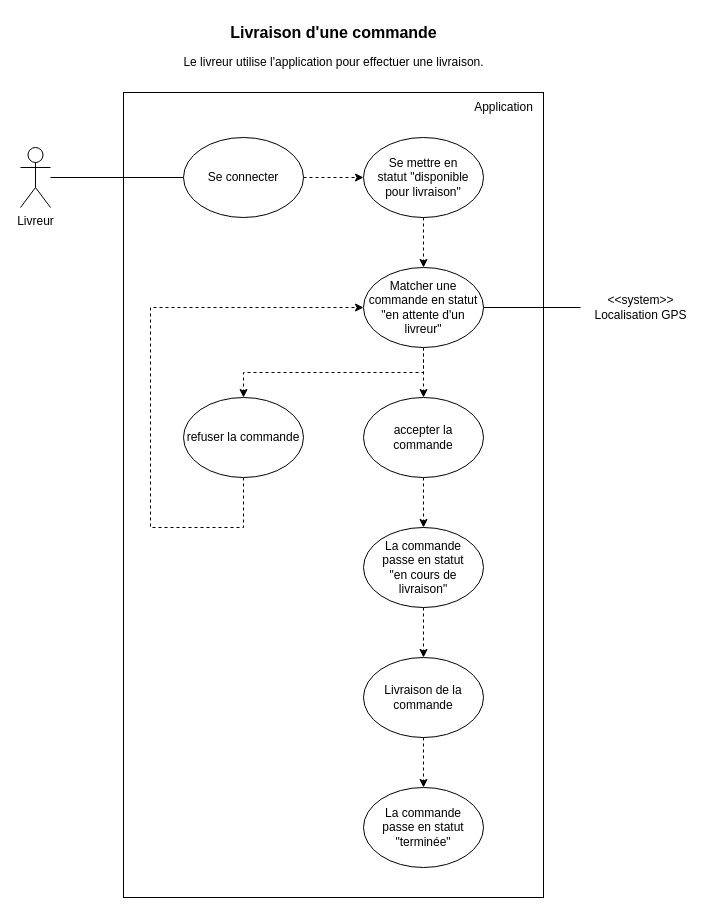
arcausin/ExpressFood keeps this draw.io diagram as diagrammes_cas_utilisation/Diagramme de cas d'utilisation - livraison commande.drawio. Above is the earlier version. Source tidied: cells renumbered, new cells numbered last; positions are measured from the earlier drawing's top-left corner, leaving out a move shared by most shapes. Both pictures are drawn from the tidied source at 100%, with x=0, y=0 at pixel (20, 17).
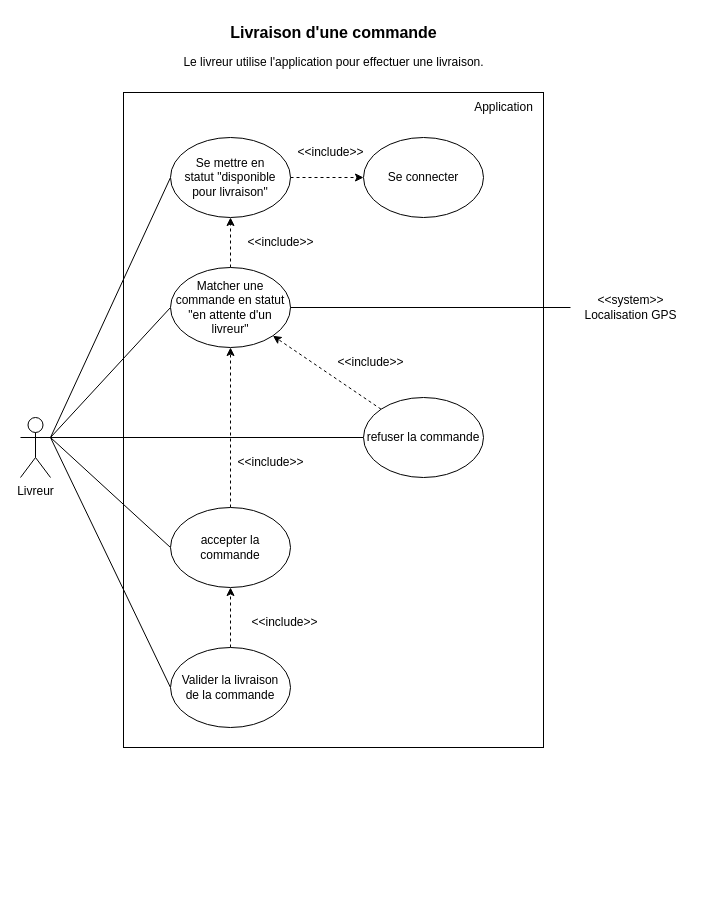
Above is the later version.

Commit message (it also covers changes not shown here):
correction diagrammes de cas d'utilisation

Change to the diagram source:
```diff
@@
     <mxCell id="2" style="rounded=0;whiteSpace=wrap;html=1;" parent="1" vertex="1">
-      <mxGeometry x="103" y="75" width="420" height="805" as="geometry" />
+      <mxGeometry x="103" y="75" width="420" height="655" as="geometry" />
     </mxCell>
-    <mxCell id="3" style="edgeStyle=orthogonalEdgeStyle;rounded=0;jettySize=auto;html=1;entryX=0;entryY=0.5;entryDx=0;entryDy=0;endArrow=none;endFill=0;" parent="1" edge="1" source="4" target="7">
-      <mxGeometry relative="1" as="geometry" />
-    </mxCell>
+    <mxCell id="26" style="rounded=0;jettySize=auto;html=1;exitX=1;exitY=0.3333333333333333;exitDx=0;exitDy=0;exitPerimeter=0;entryX=0;entryY=0.5;entryDx=0;entryDy=0;endArrow=none;endFill=0;" parent="1" edge="1" source="4" target="17">
+      <mxGeometry relative="1" as="geometry" />
+    </mxCell>
+    <mxCell id="27" style="rounded=0;jettySize=auto;html=1;exitX=1;exitY=0.3333333333333333;exitDx=0;exitDy=0;exitPerimeter=0;entryX=0;entryY=0.5;entryDx=0;entryDy=0;endArrow=none;endFill=0;" parent="1" edge="1" source="4" target="10">
+      <mxGeometry relative="1" as="geometry" />
+    </mxCell>
+    <mxCell id="28" style="rounded=0;jettySize=auto;html=1;exitX=1;exitY=0.3333333333333333;exitDx=0;exitDy=0;exitPerimeter=0;entryX=0;entryY=0.5;entryDx=0;entryDy=0;endArrow=none;endFill=0;" parent="1" edge="1" source="4" target="25">
+      <mxGeometry relative="1" as="geometry" />
+    </mxCell>
+    <mxCell id="29" style="rounded=0;jettySize=auto;html=1;exitX=1;exitY=0.3333333333333333;exitDx=0;exitDy=0;exitPerimeter=0;entryX=0;entryY=0.5;entryDx=0;entryDy=0;endArrow=none;endFill=0;" parent="1" edge="1" source="4" target="23">
+      <mxGeometry relative="1" as="geometry" />
+    </mxCell>
+    <mxCell id="30" style="rounded=0;jettySize=auto;html=1;exitX=1;exitY=0.3333333333333333;exitDx=0;exitDy=0;exitPerimeter=0;entryX=0;entryY=0.5;entryDx=0;entryDy=0;endArrow=none;endFill=0;" parent="1" edge="1" source="4" target="35">
+      <mxGeometry relative="1" as="geometry" />
+    </mxCell>
     <mxCell id="4" value="Livreur" style="shape=umlActor;verticalLabelPosition=bottom;verticalAlign=top;html=1;outlineConnect=0;" parent="1" vertex="1">
-      <mxGeometry y="130" width="30" height="60" as="geometry" />
+      <mxGeometry y="400" width="30" height="60" as="geometry" />
     </mxCell>
@@
-    <mxCell id="6" style="edgeStyle=orthogonalEdgeStyle;rounded=0;jettySize=auto;html=1;exitX=1;exitY=0.5;exitDx=0;exitDy=0;entryX=0;entryY=0.5;entryDx=0;entryDy=0;dashed=1;" parent="1" edge="1" source="7" target="17">
-      <mxGeometry relative="1" as="geometry" />
-    </mxCell>
     <mxCell id="7" value="Se connecter" style="ellipse;whiteSpace=wrap;html=1;" parent="1" vertex="1">
-      <mxGeometry x="163" y="120" width="120" height="80" as="geometry" />
+      <mxGeometry x="343" y="120" width="120" height="80" as="geometry" />
     </mxCell>
-    <mxCell id="8" style="edgeStyle=orthogonalEdgeStyle;rounded=0;jettySize=auto;html=1;exitX=0.5;exitY=1;exitDx=0;exitDy=0;entryX=0.5;entryY=0;entryDx=0;entryDy=0;dashed=1;" parent="1" edge="1" source="10" target="25">
-      <mxGeometry relative="1" as="geometry" />
-    </mxCell>
-    <mxCell id="9" style="edgeStyle=orthogonalEdgeStyle;rounded=0;jettySize=auto;html=1;exitX=0.5;exitY=1;exitDx=0;exitDy=0;entryX=0.5;entryY=0;entryDx=0;entryDy=0;dashed=1;" parent="1" edge="1" source="10" target="23">
-      <mxGeometry relative="1" as="geometry" />
-    </mxCell>
+    <mxCell id="31" style="edgeStyle=orthogonalEdgeStyle;rounded=0;jettySize=auto;html=1;exitX=0.5;exitY=0;exitDx=0;exitDy=0;entryX=0.5;entryY=1;entryDx=0;entryDy=0;dashed=1;" parent="1" edge="1" source="10" target="17">
+      <mxGeometry relative="1" as="geometry" />
+    </mxCell>
     <mxCell id="10" value="Matcher une commande en statut &quot;en attente d'un livreur&quot;" style="ellipse;whiteSpace=wrap;html=1;" parent="1" vertex="1">
-      <mxGeometry x="343" y="250" width="120" height="80" as="geometry" />
+      <mxGeometry x="150" y="250" width="120" height="80" as="geometry" />
     </mxCell>
-    <mxCell id="11" style="edgeStyle=orthogonalEdgeStyle;rounded=0;jettySize=auto;html=1;exitX=0.5;exitY=1;exitDx=0;exitDy=0;entryX=0.5;entryY=0;entryDx=0;entryDy=0;dashed=1;" parent="1" edge="1" source="12" target="15">
-      <mxGeometry relative="1" as="geometry" />
-    </mxCell>
-    <mxCell id="12" value="&lt;div&gt;La commande&lt;/div&gt;&lt;div&gt;passe en statut&lt;/div&gt;&lt;div&gt;&quot;en cours de livraison&quot;&lt;/div&gt;" style="ellipse;whiteSpace=wrap;html=1;" parent="1" vertex="1">
-      <mxGeometry x="343" y="510" width="120" height="80" as="geometry" />
-    </mxCell>
-    <mxCell id="13" value="&lt;div&gt;La commande&lt;/div&gt;&lt;div&gt;passe en statut&lt;/div&gt;&lt;div&gt;&quot;terminée&quot;&lt;br&gt;&lt;/div&gt;" style="ellipse;whiteSpace=wrap;html=1;" parent="1" vertex="1">
-      <mxGeometry x="343" y="770" width="120" height="80" as="geometry" />
-    </mxCell>
-    <mxCell id="14" style="edgeStyle=orthogonalEdgeStyle;rounded=0;jettySize=auto;html=1;exitX=0.5;exitY=1;exitDx=0;exitDy=0;entryX=0.5;entryY=0;entryDx=0;entryDy=0;dashed=1;" parent="1" edge="1" source="15" target="13">
-      <mxGeometry relative="1" as="geometry" />
-    </mxCell>
-    <mxCell id="15" value="Livraison de la commande" style="ellipse;whiteSpace=wrap;html=1;" parent="1" vertex="1">
-      <mxGeometry x="343" y="640" width="120" height="80" as="geometry" />
-    </mxCell>
-    <mxCell id="16" style="edgeStyle=orthogonalEdgeStyle;rounded=0;jettySize=auto;html=1;exitX=0.5;exitY=1;exitDx=0;exitDy=0;entryX=0.5;entryY=0;entryDx=0;entryDy=0;dashed=1;" parent="1" edge="1" source="17" target="10">
-      <mxGeometry relative="1" as="geometry" />
-    </mxCell>
+    <mxCell id="32" style="edgeStyle=orthogonalEdgeStyle;rounded=0;jettySize=auto;html=1;exitX=1;exitY=0.5;exitDx=0;exitDy=0;entryX=0;entryY=0.5;entryDx=0;entryDy=0;dashed=1;" parent="1" edge="1" source="17" target="7">
+      <mxGeometry relative="1" as="geometry" />
+    </mxCell>
     <mxCell id="17" value="&lt;div&gt;Se mettre en&lt;/div&gt;&lt;div&gt;statut &quot;disponible pour livraison&quot;&lt;br&gt;&lt;/div&gt;" style="ellipse;whiteSpace=wrap;html=1;" parent="1" vertex="1">
-      <mxGeometry x="343" y="120" width="120" height="80" as="geometry" />
+      <mxGeometry x="150" y="120" width="120" height="80" as="geometry" />
     </mxCell>
@@
     <mxCell id="20" value="&lt;div&gt;&amp;lt;&amp;lt;system&amp;gt;&amp;gt;&lt;/div&gt;&lt;div&gt;Localisation GPS&lt;br&gt;&lt;/div&gt;" style="text;html=1;align=center;verticalAlign=middle;points=[];strokeColor=none;fillColor=none;" parent="1" vertex="1">
-      <mxGeometry x="560" y="270" width="120" height="40" as="geometry" />
+      <mxGeometry x="550" y="270" width="120" height="40" as="geometry" />
     </mxCell>
@@
-    <mxCell id="22" style="edgeStyle=orthogonalEdgeStyle;rounded=0;jettySize=auto;html=1;exitX=0.5;exitY=1;exitDx=0;exitDy=0;entryX=0.5;entryY=0;entryDx=0;entryDy=0;dashed=1;" parent="1" edge="1" source="23" target="12">
-      <mxGeometry relative="1" as="geometry" />
-    </mxCell>
+    <mxCell id="33" style="rounded=0;jettySize=auto;html=1;exitX=0.5;exitY=0;exitDx=0;exitDy=0;entryX=0.5;entryY=1;entryDx=0;entryDy=0;dashed=1;" parent="1" edge="1" source="23" target="10">
+      <mxGeometry relative="1" as="geometry" />
+    </mxCell>
     <mxCell id="23" value="accepter la commande" style="ellipse;whiteSpace=wrap;html=1;" parent="1" vertex="1">
-      <mxGeometry x="343" y="380" width="120" height="80" as="geometry" />
+      <mxGeometry x="150" y="490" width="120" height="80" as="geometry" />
     </mxCell>
-    <mxCell id="24" style="edgeStyle=orthogonalEdgeStyle;rounded=0;jettySize=auto;html=1;exitX=0.5;exitY=1;exitDx=0;exitDy=0;entryX=0;entryY=0.5;entryDx=0;entryDy=0;dashed=1;" parent="1" edge="1" source="25" target="10">
-      <mxGeometry relative="1" as="geometry">
-        <Array as="points">
-          <mxPoint x="223" y="510" />
-          <mxPoint x="130" y="510" />
-          <mxPoint x="130" y="290" />
-        </Array>
-      </mxGeometry>
+    <mxCell id="24" style="rounded=0;jettySize=auto;html=1;exitX=0;exitY=0;exitDx=0;exitDy=0;entryX=1;entryY=1;entryDx=0;entryDy=0;dashed=1;" parent="1" edge="1" source="25" target="10">
+      <mxGeometry relative="1" as="geometry" />
     </mxCell>
     <mxCell id="25" value="refuser la commande" style="ellipse;whiteSpace=wrap;html=1;" parent="1" vertex="1">
-      <mxGeometry x="163" y="380" width="120" height="80" as="geometry" />
+      <mxGeometry x="343" y="380" width="120" height="80" as="geometry" />
     </mxCell>
+    <mxCell id="34" style="edgeStyle=orthogonalEdgeStyle;rounded=0;jettySize=auto;html=1;exitX=0.5;exitY=0;exitDx=0;exitDy=0;entryX=0.5;entryY=1;entryDx=0;entryDy=0;dashed=1;" parent="1" edge="1" source="35" target="23">
+      <mxGeometry relative="1" as="geometry" />
+    </mxCell>
+    <mxCell id="35" value="&lt;div&gt;Valider la livraison&lt;/div&gt;&lt;div&gt;de la commande&lt;/div&gt;" style="ellipse;whiteSpace=wrap;html=1;" parent="1" vertex="1">
+      <mxGeometry x="150" y="630" width="120" height="80" as="geometry" />
+    </mxCell>
+    <mxCell id="36" value="&amp;lt;&amp;lt;include&amp;gt;&amp;gt;" style="text;html=1;align=center;verticalAlign=middle;strokeColor=none;fillColor=none;" parent="1" vertex="1">
+      <mxGeometry x="219" y="590" width="90" height="30" as="geometry" />
+    </mxCell>
+    <mxCell id="37" value="&amp;lt;&amp;lt;include&amp;gt;&amp;gt;" style="text;html=1;align=center;verticalAlign=middle;strokeColor=none;fillColor=none;" parent="1" vertex="1">
+      <mxGeometry x="205" y="430" width="90" height="30" as="geometry" />
+    </mxCell>
+    <mxCell id="38" value="&amp;lt;&amp;lt;include&amp;gt;&amp;gt;" style="text;html=1;align=center;verticalAlign=middle;strokeColor=none;fillColor=none;" parent="1" vertex="1">
+      <mxGeometry x="305" y="330" width="90" height="30" as="geometry" />
+    </mxCell>
+    <mxCell id="39" value="&amp;lt;&amp;lt;include&amp;gt;&amp;gt;" style="text;html=1;align=center;verticalAlign=middle;strokeColor=none;fillColor=none;" parent="1" vertex="1">
+      <mxGeometry x="215" y="210" width="90" height="30" as="geometry" />
+    </mxCell>
+    <mxCell id="40" value="&amp;lt;&amp;lt;include&amp;gt;&amp;gt;" style="text;html=1;align=center;verticalAlign=middle;strokeColor=none;fillColor=none;" parent="1" vertex="1">
+      <mxGeometry x="265" y="120" width="90" height="30" as="geometry" />
+    </mxCell>
```
